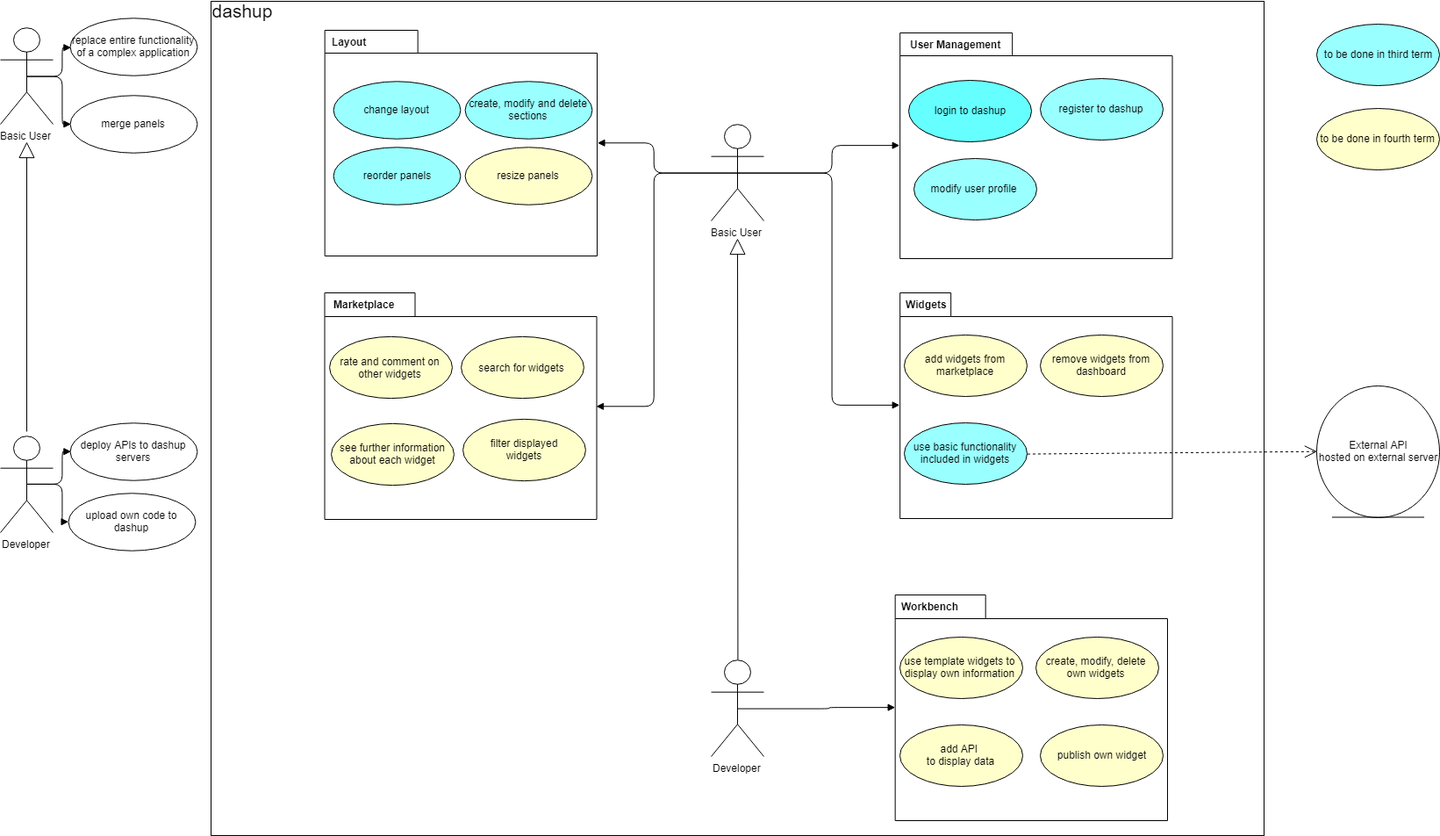
This is docs/specifications/srs/UCD.png from raphaelmue/dashup, a draw.io export, as it was before one commit. Source tidied: cells renumbered, new cells last; positions are measured from the earlier drawing's top-left corner, leaving out a move shared by most shapes.
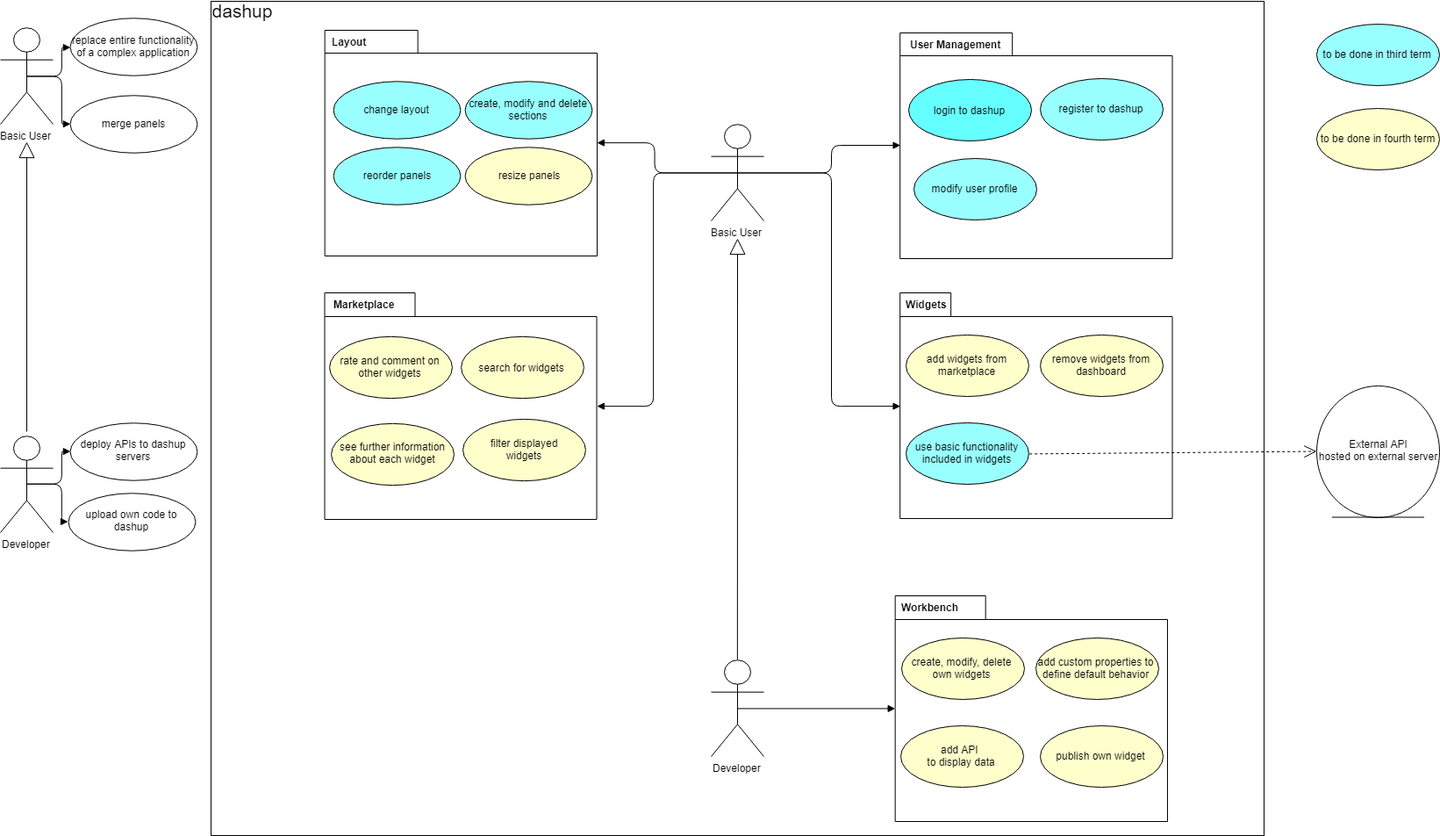
Later version of the same file.

Change to the diagram source:
```diff
@@ -95,16 +95,16 @@
       <mxGeometry x="4.8" width="60" height="30" as="geometry" />
     </mxCell>
     <mxCell id="32" value="add widgets from marketplace" style="ellipse;whiteSpace=wrap;html=1;fillColor=#FFFFCC;" parent="29" vertex="1">
-      <mxGeometry x="4.8" y="48" width="140" height="70" as="geometry" />
+      <mxGeometry x="6.8" y="48" width="140" height="70" as="geometry" />
     </mxCell>
     <mxCell id="33" value="remove widgets from dashboard" style="ellipse;whiteSpace=wrap;html=1;fillColor=#FFFFCC;" parent="29" vertex="1">
       <mxGeometry x="159.8" y="48" width="140" height="70" as="geometry" />
     </mxCell>
     <mxCell id="34" value="use basic functionality included in widgets" style="ellipse;whiteSpace=wrap;html=1;fillColor=#99FFFF;" parent="29" vertex="1">
-      <mxGeometry x="4.8" y="148" width="140" height="70" as="geometry" />
+      <mxGeometry x="6.8" y="148" width="140" height="70" as="geometry" />
     </mxCell>
     <mxCell id="35" style="group;" parent="1" vertex="1">
-      <mxGeometry x="1019.7" y="676" width="310.3" height="257" as="geometry" />
+      <mxGeometry x="1019.7" y="677" width="310.3" height="257" as="geometry" />
     </mxCell>
     <mxCell id="36" style="shape=folder;fontStyle=1;spacingTop=10;tabWidth=103;tabHeight=27;tabPosition=left;html=1;" parent="35" vertex="1">
       <mxGeometry width="310.3" height="257" as="geometry" />
@@ -112,14 +112,14 @@
     <mxCell id="37" value="&lt;div style=&quot;text-align: center&quot;&gt;&lt;span&gt;&lt;font face=&quot;helvetica&quot;&gt;&lt;b&gt;Workbench&lt;/b&gt;&lt;/font&gt;&lt;/span&gt;&lt;/div&gt;" style="text;html=1;" parent="35" vertex="1">
       <mxGeometry x="4.8" width="60" height="30" as="geometry" />
     </mxCell>
-    <mxCell id="38" value="use template widgets to display own information" style="ellipse;whiteSpace=wrap;html=1;fillColor=#FFFFCC;" parent="35" vertex="1">
-      <mxGeometry x="4.8" y="48" width="140" height="70" as="geometry" />
+    <mxCell id="38" value="create, modify, delete own widgets" style="ellipse;whiteSpace=wrap;html=1;fillColor=#FFFFCC;" parent="35" vertex="1">
+      <mxGeometry x="6.8" y="48" width="140" height="70" as="geometry" />
     </mxCell>
-    <mxCell id="39" value="create, modify, delete own widgets" style="ellipse;whiteSpace=wrap;html=1;fillColor=#FFFFCC;" parent="35" vertex="1">
+    <mxCell id="39" value="add custom properties to define default behavior" style="ellipse;whiteSpace=wrap;html=1;fillColor=#FFFFCC;" parent="35" vertex="1">
       <mxGeometry x="159.8" y="48" width="140" height="70" as="geometry" />
     </mxCell>
     <mxCell id="40" value="add API &lt;br&gt;to display data" style="ellipse;whiteSpace=wrap;html=1;fillColor=#FFFFCC;" parent="35" vertex="1">
-      <mxGeometry x="4.8" y="148" width="140" height="70" as="geometry" />
+      <mxGeometry x="5.8" y="148" width="140" height="70" as="geometry" />
     </mxCell>
     <mxCell id="41" value="publish own widget&lt;br&gt;" style="ellipse;whiteSpace=wrap;html=1;fillColor=#FFFFCC;" parent="35" vertex="1">
       <mxGeometry x="165.3" y="148" width="140" height="70" as="geometry" />
```
